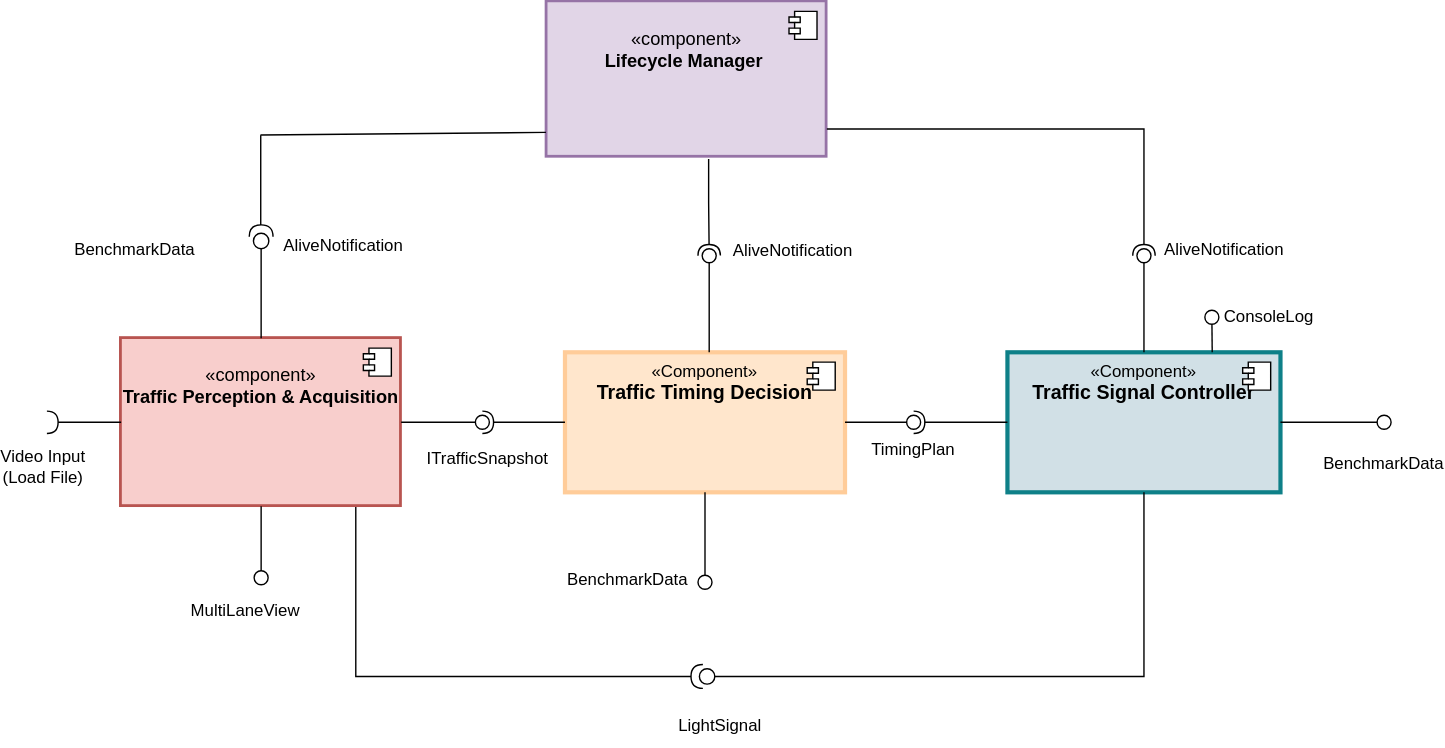
The draw.io diagram docs/04_design/Component Diagrams/System Component.drawio.svg in PhamTranDucHanh/adaptive_traffic_light, before a commit. Source tidied: cells renumbered, new cells last; positions are measured from the earlier drawing's top-left corner, leaving out a move shared by most shapes.
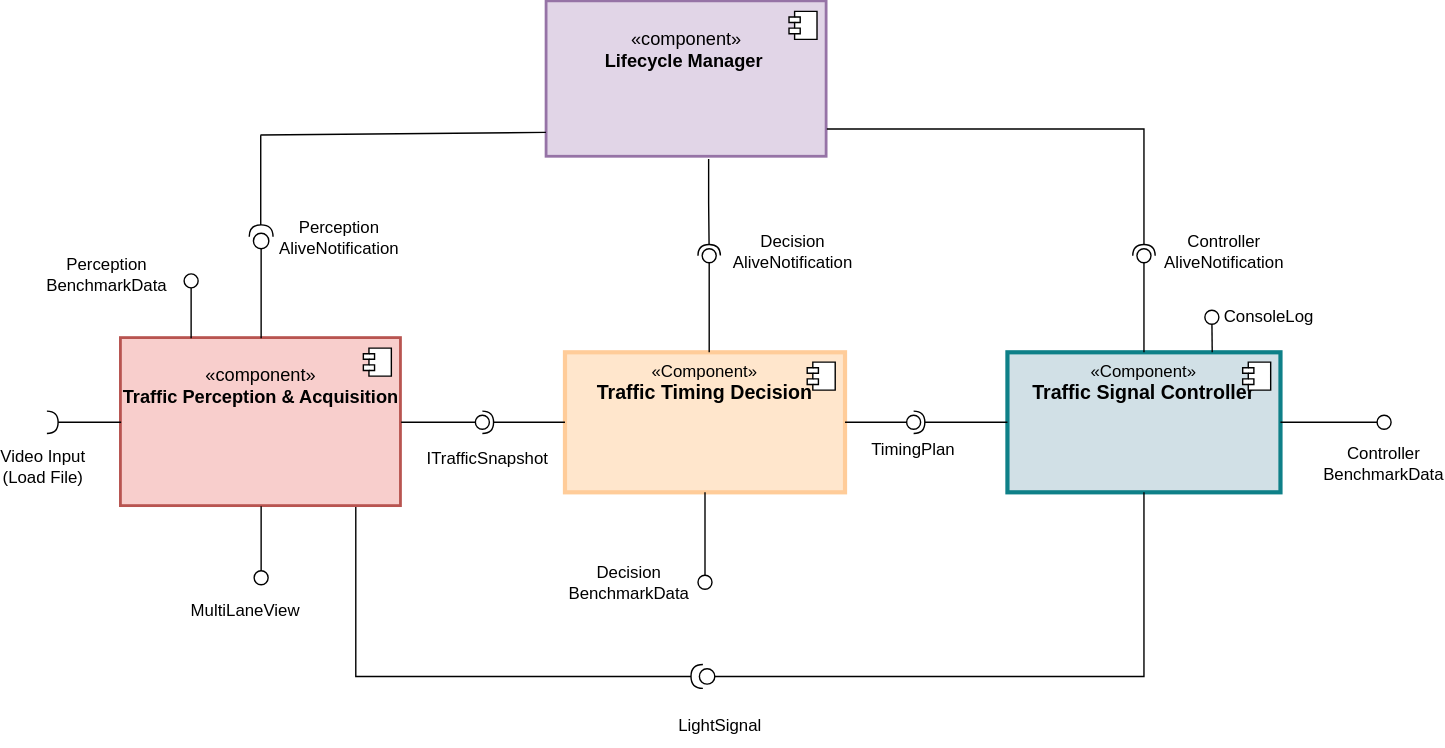
Later version of the same file.

Diff of the diagram source:
```diff
@@ -52,7 +52,7 @@
         <mxPoint x="988" y="300" as="targetPoint" />
       </mxGeometry>
     </mxCell>
-    <mxCell id="16" value="BenchmarkData" style="text;html=1;whiteSpace=wrap;strokeColor=none;fillColor=none;align=center;verticalAlign=middle;rounded=0;fontStyle=0;" parent="1" vertex="1">
+    <mxCell id="16" value="Controller&lt;div&gt;BenchmarkData&lt;/div&gt;" style="text;html=1;whiteSpace=wrap;strokeColor=none;fillColor=none;align=center;verticalAlign=middle;rounded=0;fontStyle=0;" parent="1" vertex="1">
       <mxGeometry x="958" y="314.5" width="60" height="30" as="geometry" />
     </mxCell>
     <mxCell id="17" style="rounded=0;jettySize=auto;html=1;endArrow=oval;endFill=0;sketch=0;sourcePerimeterSpacing=0;targetPerimeterSpacing=0;endSize=10;exitX=0.75;exitY=0;exitDx=0;exitDy=0;" parent="1" edge="1" source="6" target="18">
@@ -87,8 +87,8 @@
     <mxCell id="26" value="MultiLaneView" style="text;html=1;whiteSpace=wrap;strokeColor=none;fillColor=none;align=center;verticalAlign=middle;rounded=0;fontStyle=0;" parent="1" vertex="1">
       <mxGeometry x="145" y="420" width="60" height="30" as="geometry" />
     </mxCell>
-    <mxCell id="27" value="BenchmarkData" style="text;html=1;whiteSpace=wrap;strokeColor=none;fillColor=none;align=center;verticalAlign=middle;rounded=0;fontStyle=0;" parent="1" vertex="1">
-      <mxGeometry x="66" y="162" width="60" height="30" as="geometry" />
+    <mxCell id="27" value="&lt;div&gt;Perception&lt;/div&gt;BenchmarkData" style="text;html=1;whiteSpace=wrap;strokeColor=none;fillColor=none;align=center;verticalAlign=middle;rounded=0;fontStyle=0;" parent="1" vertex="1">
+      <mxGeometry x="46" y="180" width="60" height="30" as="geometry" />
     </mxCell>
     <mxCell id="28" value="«component»&lt;br&gt;&lt;b&gt;Lifecycle Manager&amp;nbsp;&lt;/b&gt;" style="html=1;whiteSpace=wrap;verticalAlign=top;fillColor=#e1d5e7;strokeColor=#9673a6;fontStyle=0;fontSize=13;spacingTop=12;strokeWidth=2;" parent="1" vertex="1">
       <mxGeometry x="390" y="-0.5" width="200" height="111" as="geometry" />
@@ -130,7 +130,7 @@
     <mxCell id="37" style="group;rotation=-1;" parent="1" vertex="1">
       <mxGeometry x="493" y="162" width="103" height="31" as="geometry" />
     </mxCell>
-    <mxCell id="38" value="AliveNotification" style="text;html=1;whiteSpace=wrap;strokeColor=none;fillColor=none;align=center;verticalAlign=middle;rounded=0;" parent="37" vertex="1">
+    <mxCell id="38" value="Decision&lt;div&gt;AliveNotification&lt;/div&gt;" style="text;html=1;whiteSpace=wrap;strokeColor=none;fillColor=none;align=center;verticalAlign=middle;rounded=0;" parent="37" vertex="1">
       <mxGeometry x="43" y="1" width="60" height="30" as="geometry" />
     </mxCell>
     <mxCell id="39" style="ellipse;whiteSpace=wrap;html=1;align=center;fillColor=none;strokeColor=none;perimeter=centerPerimeter;" parent="1" vertex="1">
@@ -145,8 +145,8 @@
     <mxCell id="42" style="ellipse;whiteSpace=wrap;html=1;align=center;fillColor=none;strokeColor=none;perimeter=centerPerimeter;" parent="1" vertex="1">
       <mxGeometry x="691" y="182" width="10" height="10" as="geometry" />
     </mxCell>
-    <mxCell id="43" value="AliveNotification" style="text;html=1;whiteSpace=wrap;strokeColor=none;fillColor=none;align=center;verticalAlign=middle;rounded=0;" parent="1" vertex="1">
-      <mxGeometry x="844" y="162" width="60" height="30" as="geometry" />
+    <mxCell id="43" value="Controller&lt;div&gt;AliveNotification&lt;/div&gt;" style="text;html=1;whiteSpace=wrap;strokeColor=none;fillColor=none;align=center;verticalAlign=middle;rounded=0;" parent="1" vertex="1">
+      <mxGeometry x="844" y="163" width="60" height="30" as="geometry" />
     </mxCell>
     <mxCell id="44" style="rounded=0;jettySize=auto;html=1;endArrow=halfCircle;endFill=0;endSize=6;strokeWidth=1;sketch=0;exitX=1;exitY=0.82;exitDx=0;exitDy=0;edgeStyle=orthogonalEdgeStyle;exitPerimeter=0;" parent="1" edge="1" source="28" target="46">
       <mxGeometry relative="1" as="geometry" />
@@ -162,8 +162,8 @@
         <mxPoint x="503" y="414.2" as="targetPoint" />
       </mxGeometry>
     </mxCell>
-    <mxCell id="48" value="BenchmarkData" style="text;html=1;whiteSpace=wrap;strokeColor=none;fillColor=none;align=center;verticalAlign=middle;rounded=0;fontStyle=0;" parent="1" vertex="1">
-      <mxGeometry x="418" y="398" width="60" height="30" as="geometry" />
+    <mxCell id="48" value="Decision&lt;div&gt;BenchmarkData&lt;/div&gt;" style="text;html=1;whiteSpace=wrap;strokeColor=none;fillColor=none;align=center;verticalAlign=middle;rounded=0;fontStyle=0;" parent="1" vertex="1">
+      <mxGeometry x="419" y="400" width="60" height="30" as="geometry" />
     </mxCell>
     <mxCell id="49" style="ellipse;whiteSpace=wrap;html=1;align=center;fillColor=none;strokeColor=none;perimeter=centerPerimeter;" parent="1" vertex="1">
       <mxGeometry x="221" y="109" width="10" height="10" as="geometry" />
@@ -177,8 +177,8 @@
     <mxCell id="52" style="ellipse;whiteSpace=wrap;html=1;align=center;fillColor=none;strokeColor=none;perimeter=centerPerimeter;" parent="1" vertex="1">
       <mxGeometry x="317" y="154.9" width="10" height="10" as="geometry" />
     </mxCell>
-    <mxCell id="53" value="AliveNotification" style="text;html=1;whiteSpace=wrap;strokeColor=none;fillColor=none;align=center;verticalAlign=middle;rounded=0;" parent="1" vertex="1">
-      <mxGeometry x="215" y="159" width="60" height="30" as="geometry" />
+    <mxCell id="53" value="Perception&lt;div&gt;AliveNotification&lt;/div&gt;" style="text;html=1;whiteSpace=wrap;strokeColor=none;fillColor=none;align=center;verticalAlign=middle;rounded=0;" parent="1" vertex="1">
+      <mxGeometry x="212" y="152.5" width="60" height="30" as="geometry" />
     </mxCell>
     <mxCell id="54" style="ellipse;whiteSpace=wrap;html=1;align=center;fillColor=none;strokeColor=none;perimeter=centerPerimeter;" parent="1" vertex="1">
       <mxGeometry x="248" y="114" width="10" height="10" as="geometry" />
@@ -212,5 +212,10 @@
     <mxCell id="62" value="LightSignal" style="text;html=1;whiteSpace=wrap;strokeColor=none;fillColor=none;align=center;verticalAlign=middle;rounded=0;fontStyle=0;" parent="1" vertex="1">
       <mxGeometry x="484" y="502" width="60" height="30" as="geometry" />
     </mxCell>
+    <mxCell id="63" style="rounded=0;jettySize=auto;html=1;endArrow=oval;endFill=0;sketch=0;sourcePerimeterSpacing=0;targetPerimeterSpacing=0;endSize=10;exitX=0.25;exitY=0;exitDx=0;exitDy=0;" parent="1" edge="1" source="2">
+      <mxGeometry relative="1" as="geometry">
+        <mxPoint x="136" y="199" as="targetPoint" />
+      </mxGeometry>
+    </mxCell>
   </root>
 </mxGraphModel>
```
